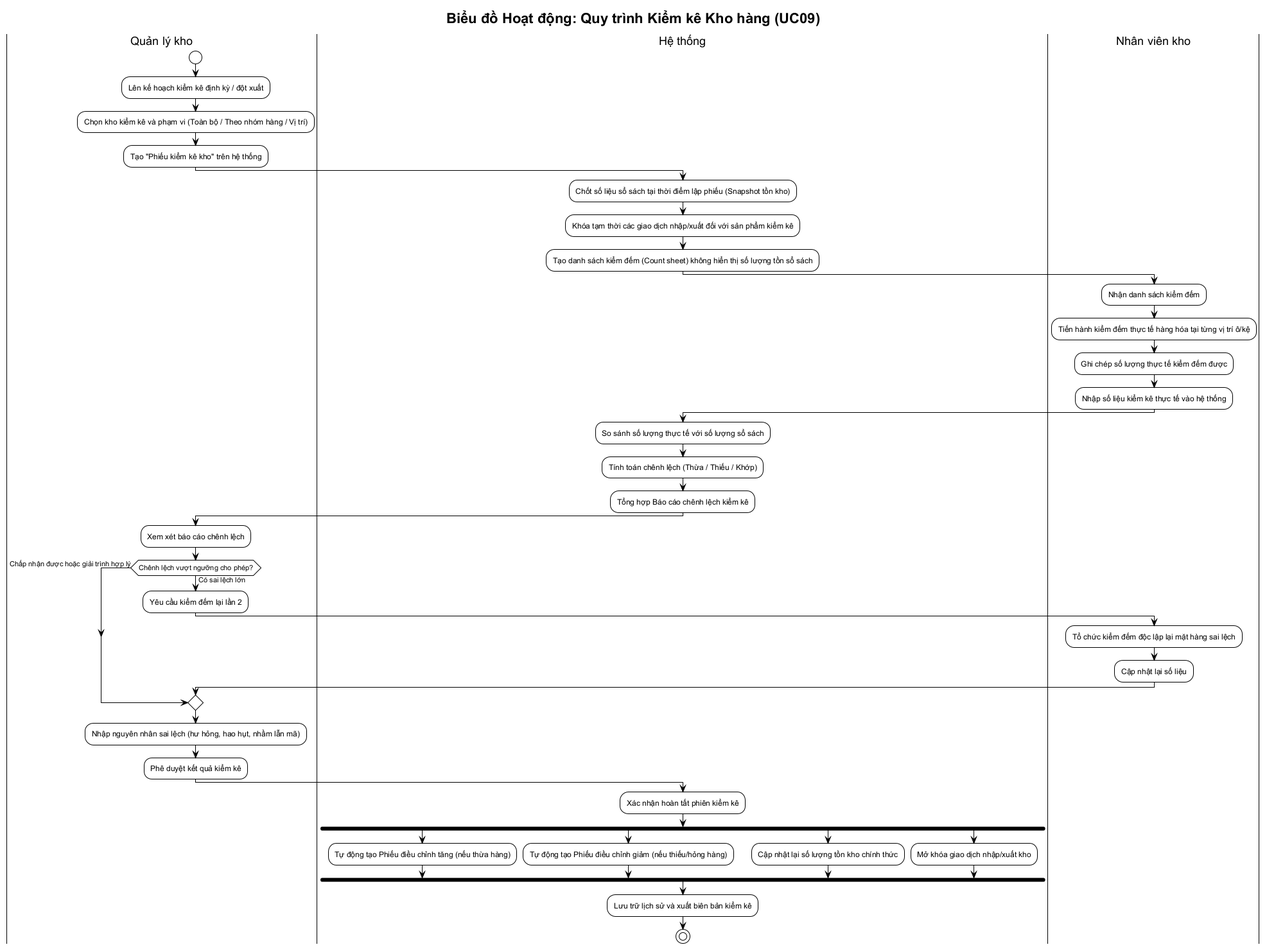
Earlier version of the PlantUML export BTL-QuanLyKhoHang/diagrams/activity-kiem-ke-kho.png (vuhoabinh2416137/G8_Quanlysanphamvakhohang).
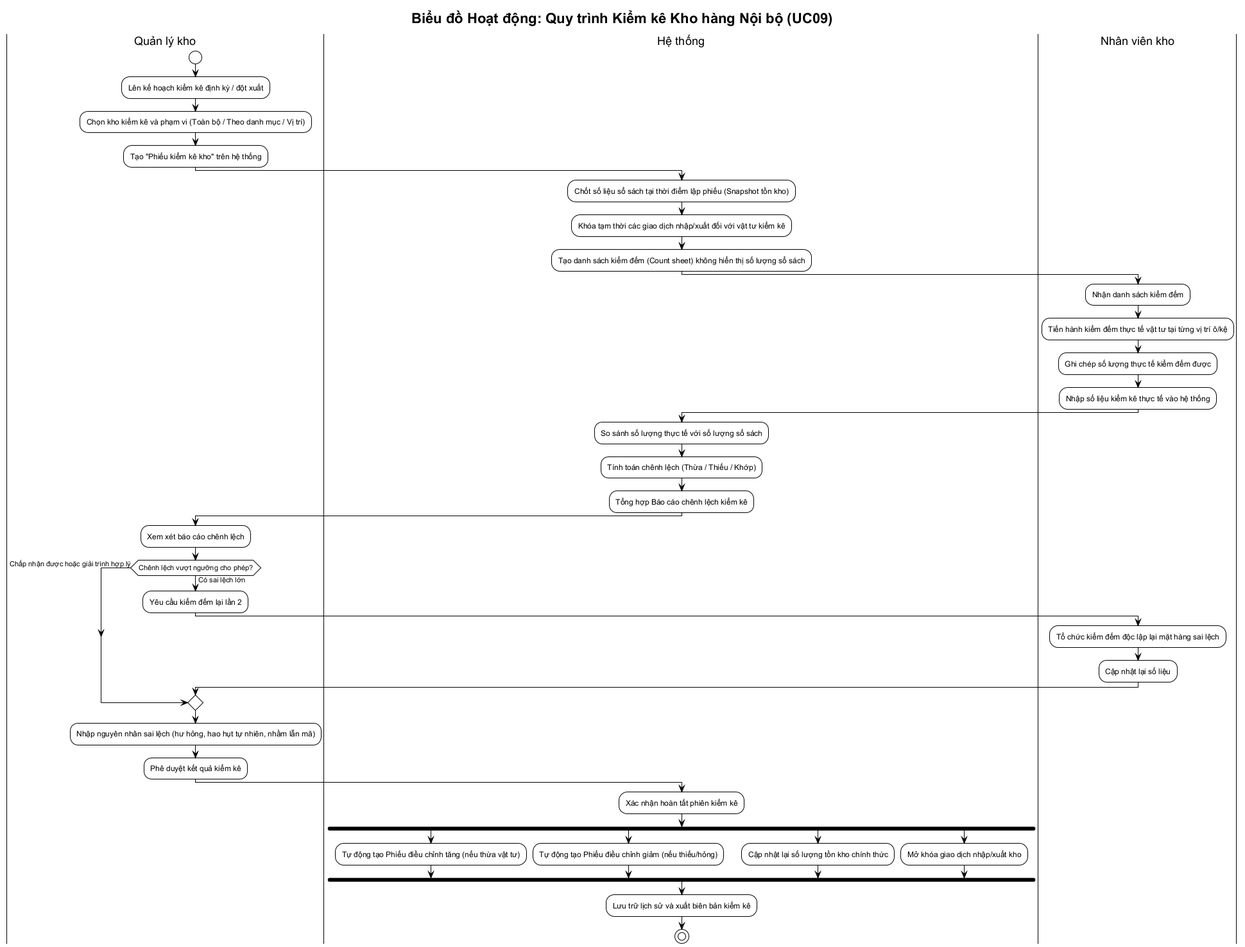
The same diagram one commit later.

Change to the diagram source:
```diff
@@ -1,22 +1,22 @@
 @startuml activity-kiem-ke-kho
 !theme plain
 skinparam defaultFontName "Arial"
-title Biểu đồ Hoạt động: Quy trình Kiểm kê Kho hàng (UC09)
+title Biểu đồ Hoạt động: Quy trình Kiểm kê Kho hàng Nội bộ (UC09)
 
 |Quản lý kho|
 start
 :Lên kế hoạch kiểm kê định kỳ / đột xuất;
-:Chọn kho kiểm kê và phạm vi (Toàn bộ / Theo nhóm hàng / Vị trí);
+:Chọn kho kiểm kê và phạm vi (Toàn bộ / Theo danh mục / Vị trí);
 :Tạo "Phiếu kiểm kê kho" trên hệ thống;
 
 |Hệ thống|
 :Chốt số liệu sổ sách tại thời điểm lập phiếu (Snapshot tồn kho);
-:Khóa tạm thời các giao dịch nhập/xuất đối với sản phẩm kiểm kê;
-:Tạo danh sách kiểm đếm (Count sheet) không hiển thị số lượng tồn sổ sách;
+:Khóa tạm thời các giao dịch nhập/xuất đối với vật tư kiểm kê;
+:Tạo danh sách kiểm đếm (Count sheet) không hiển thị số lượng sổ sách;
 
 |Nhân viên kho|
 :Nhận danh sách kiểm đếm;
-:Tiến hành kiểm đếm thực tế hàng hóa tại từng vị trí ô/kệ;
+:Tiến hành kiểm đếm thực tế vật tư tại từng vị trí ô/kệ;
 :Ghi chép số lượng thực tế kiểm đếm được;
 :Nhập số liệu kiểm kê thực tế vào hệ thống;
 
@@ -36,15 +36,15 @@
 endif
 
 |Quản lý kho|
-:Nhập nguyên nhân sai lệch (hư hỏng, hao hụt, nhầm lẫn mã);
+:Nhập nguyên nhân sai lệch (hư hỏng, hao hụt tự nhiên, nhầm lẫn mã);
 :Phê duyệt kết quả kiểm kê;
 
 |Hệ thống|
 :Xác nhận hoàn tất phiên kiểm kê;
 fork
-    :Tự động tạo Phiếu điều chỉnh tăng (nếu thừa hàng);
+    :Tự động tạo Phiếu điều chỉnh tăng (nếu thừa vật tư);
 fork again
-    :Tự động tạo Phiếu điều chỉnh giảm (nếu thiếu/hỏng hàng);
+    :Tự động tạo Phiếu điều chỉnh giảm (nếu thiếu/hỏng);
 fork again
     :Cập nhật lại số lượng tồn kho chính thức;
 fork again
```
